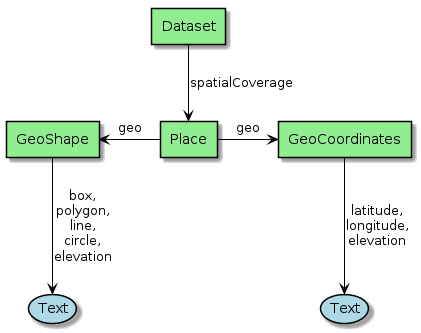
Earlier version of the PlantUML export series/diagrams/GeoShape.png (eovoc/eo-on-schema.org). Source of this version:
```plantuml
@startuml

skinparam usecase {
BackgroundColor LightBlue
BorderColor Black
  ArrowColor Black
  linetype Ortho
}

skinparam agent {
BackgroundColor LightGreen
BorderColor Black
ArrowColor Black
linetype Ortho
}

agent Dataset
agent Place
agent GeoShape
agent GeoCoordinates


Dataset -down-> Place : "spatialCoverage"
Place -right-> GeoCoordinates : "geo"
Place -left-> GeoShape : "geo"

GeoShape --> (Text) : "box,\npolygon,\nline,\ncircle,\nelevation"
GeoCoordinates --> (Text ) : "latitude,\nlongitude,\nelevation"
@enduml
```
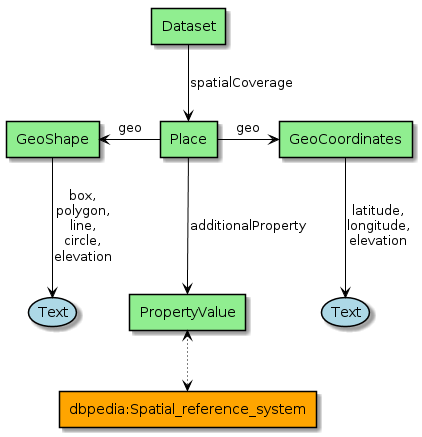
The same file after the commit.

Change to the diagram source:
```diff
@@ -18,12 +18,17 @@
 agent Place
 agent GeoShape
 agent GeoCoordinates
+agent PropertyValue
+agent dbpedia_Spatial_reference_system as "dbpedia:Spatial_reference_system" #orange
 
 
 Dataset -down-> Place : "spatialCoverage"
 Place -right-> GeoCoordinates : "geo"
 Place -left-> GeoShape : "geo"
+Place --> PropertyValue : "additionalProperty"
 
 GeoShape --> (Text) : "box,\npolygon,\nline,\ncircle,\nelevation"
 GeoCoordinates --> (Text ) : "latitude,\nlongitude,\nelevation"
+
+PropertyValue <.[dotted].>  dbpedia_Spatial_reference_system
 @enduml
```
